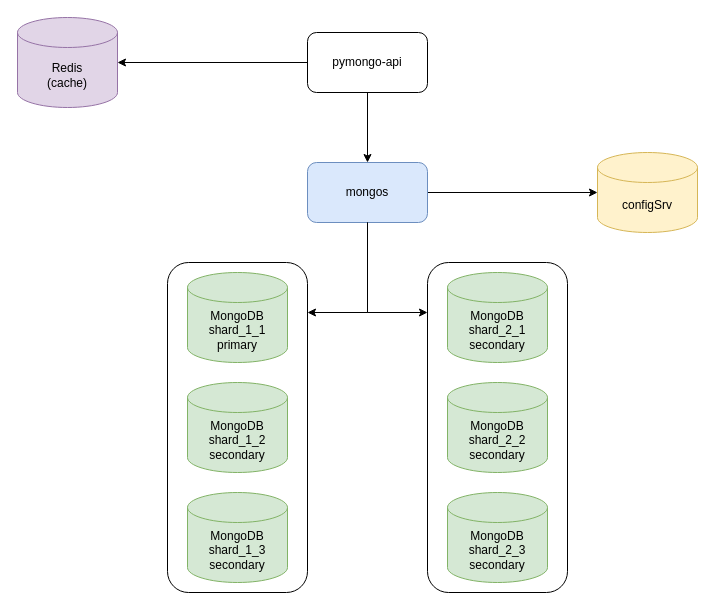
Earlier version of the draw.io diagram task1.3-cache.drawio (esabril/yp2025-architecture-black_friday). Source tidied: cells renumbered, new cells numbered last; positions are measured from the earlier drawing's top-left corner, leaving out a move shared by most shapes. Both pictures are drawn from the tidied source at 100%, with x=0, y=0 at pixel (17, 17).
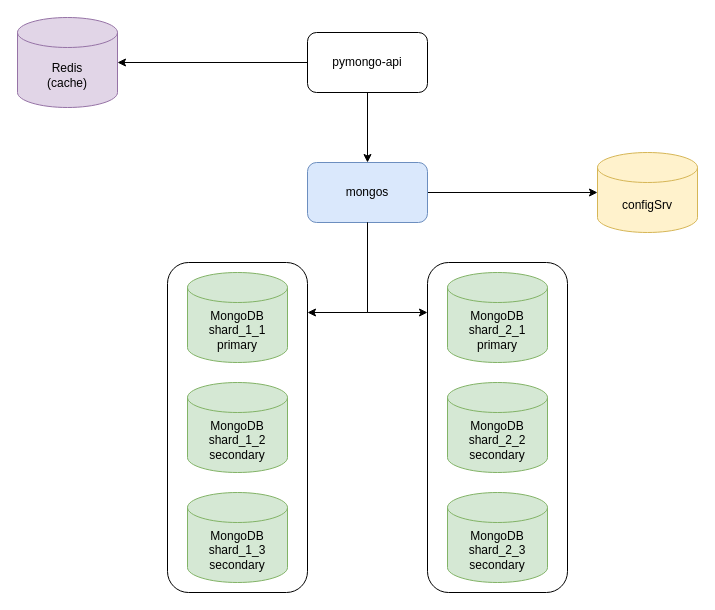
The same diagram, later.

What changed in the source:
```diff
@@
-    <mxCell id="8" value="MongoDB&lt;div&gt;shard_2_1&lt;/div&gt;&lt;div&gt;secondary&lt;/div&gt;" style="shape=cylinder3;whiteSpace=wrap;html=1;boundedLbl=1;backgroundOutline=1;size=15;fillColor=#d5e8d4;strokeColor=#82b366;" parent="1" vertex="1">
+    <mxCell id="8" value="MongoDB&lt;div&gt;shard_2_1&lt;/div&gt;&lt;div&gt;primary&lt;/div&gt;" style="shape=cylinder3;whiteSpace=wrap;html=1;boundedLbl=1;backgroundOutline=1;size=15;fillColor=#d5e8d4;strokeColor=#82b366;" parent="1" vertex="1">
       <mxGeometry x="430" y="255" width="100" height="90" as="geometry" />
     </mxCell>
```
